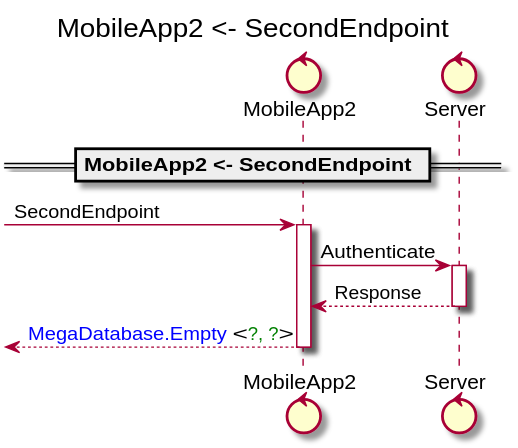
This is docs/FirstDivision/ApplicationPackage/MobileApp2/SecondEndpoint.svg from anz-bank/sysl-catalog, a PlantUML export, as it was before one commit.
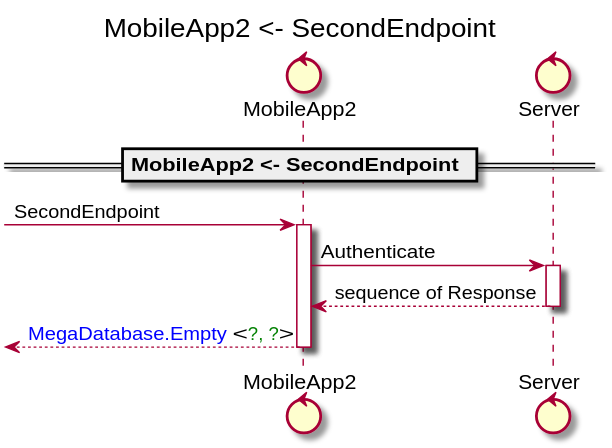
The same file after the commit.

What changed in the source:
```diff
@@ -10,7 +10,7 @@
 activate _0
  _0->_1 : Authenticate
  activate _1
- _0<--_1 : Response
+ _0<--_1 : sequence of Response
  deactivate _1
 [<--_0 : <color blue>MegaDatabase.Empty</color> <<color green>?, ?</color>>
 deactivate _0
```
